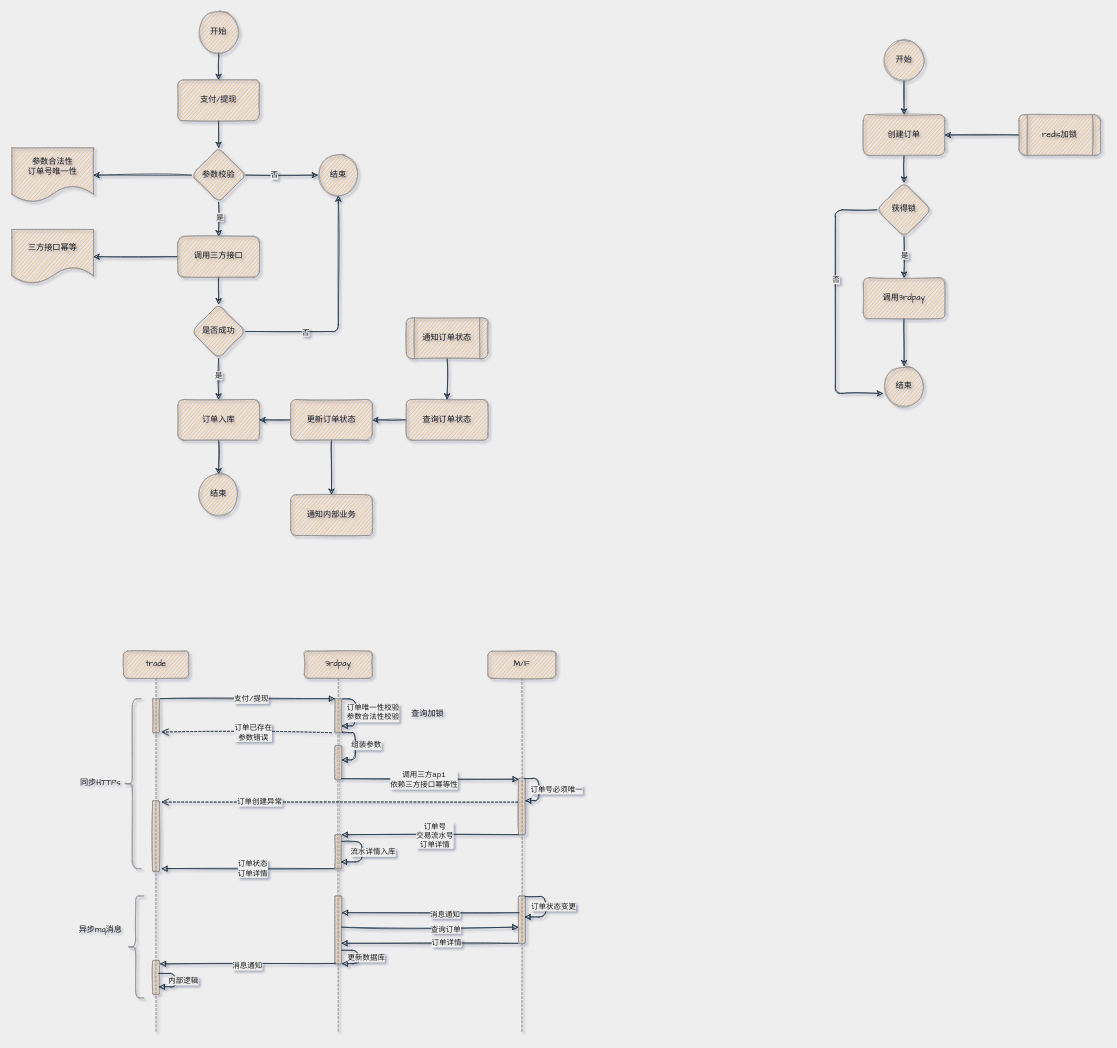
This is page "支付/提现接口幂等方案" (4 of 4) of 支付流程.drawio from jarcn/pic, a draw.io file, before an edit. Source tidied: cells renumbered, new cells numbered last; positions are measured from the earlier drawing's top-left corner, leaving out a move shared by most shapes. Both pictures are drawn from the tidied source at 68%, with x=0, y=0 at pixel (12, 12).
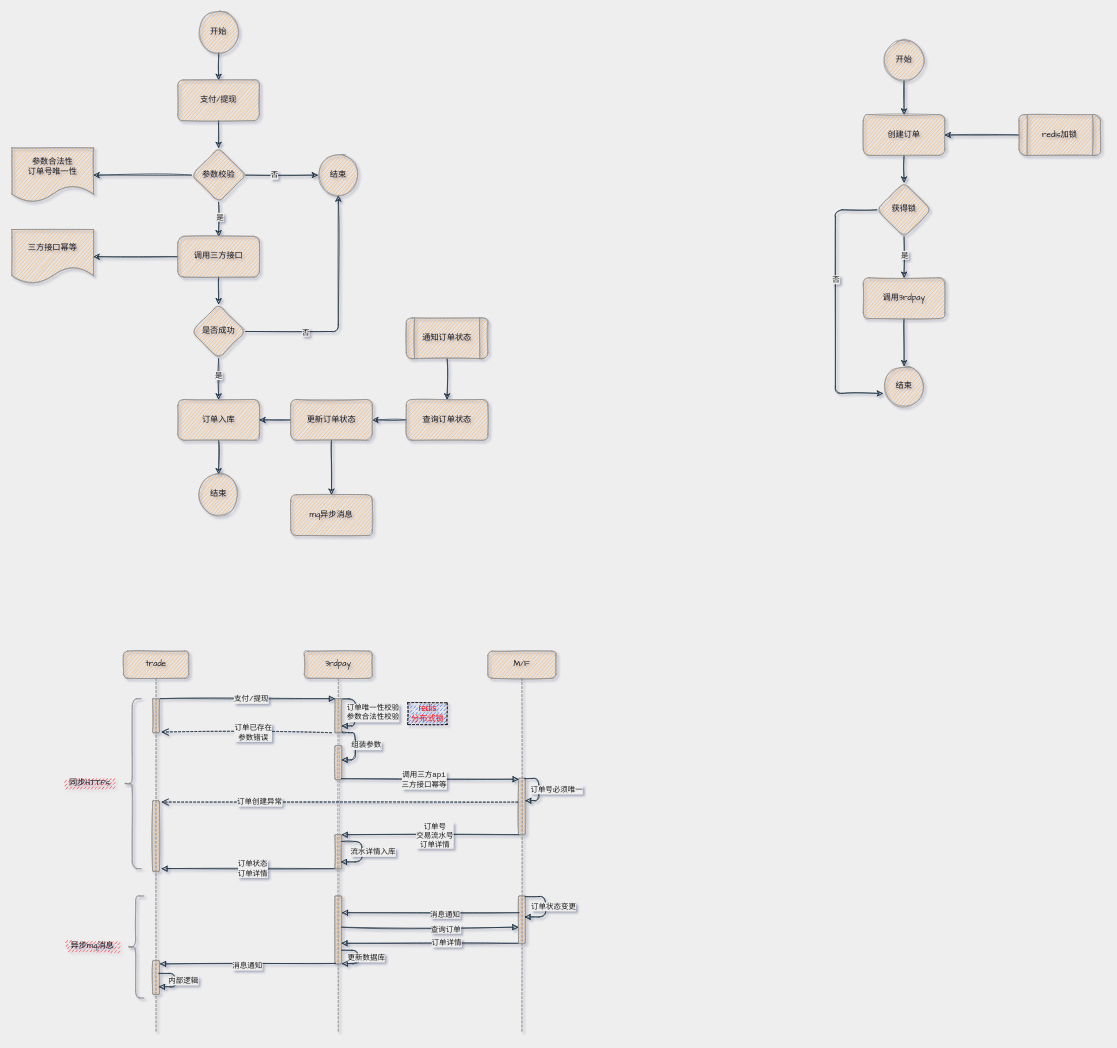
The same diagram, later.

Commit message:
更新支付流程.drawio

The change refers to these unchanged cells:
```xml
<mxCell id="77" style="html=1;verticalAlign=bottom;endArrow=block;strokeColor=#182E3E;exitX=0.963;exitY=0.974;exitDx=0;exitDy=0;exitPerimeter=0;entryX=0.016;entryY=0.017;entryDx=0;entryDy=0;entryPerimeter=0;fontFamily=Comic Sans MS;fontColor=#1A1A1A;sketch=1;rounded=1;labelBackgroundColor=#EEEEEE;" parent="1" edge="1" source="59" target="69">
  <mxGeometry x="0.04" y="-12" relative="1" as="geometry" />
</mxCell>
```

Change to the diagram source:
```diff
@@
-    <mxCell id="47" value="通知内部业务" style="whiteSpace=wrap;html=1;fontFamily=Comic Sans MS;fontColor=#1A1A1A;sketch=1;rounded=1;fillColor=#F5AB50;strokeColor=#909090;" parent="1" vertex="1">
+    <mxCell id="47" value="mq异步消息" style="whiteSpace=wrap;html=1;fontFamily=Comic Sans MS;fontColor=#1A1A1A;sketch=1;rounded=1;fillColor=#F5AB50;strokeColor=#909090;" parent="1" vertex="1">
       <mxGeometry x="410" y="710" width="120" height="60" as="geometry" />
     </mxCell>
@@
-    <mxCell id="78" value="&lt;div&gt;&lt;span style=&quot;&quot;&gt;调用三方api&lt;/span&gt;&lt;/div&gt;&lt;div&gt;&lt;span style=&quot;&quot;&gt;依赖三方接口幂等性&lt;br&gt;&lt;/span&gt;&lt;/div&gt;" style="edgeLabel;html=1;align=center;verticalAlign=middle;fontFamily=Courier New;fontColor=#1A1A1A;sketch=1;rounded=1;labelBackgroundColor=#EEEEEE;" parent="77" vertex="1">
+    <mxCell id="78" value="&lt;div&gt;&lt;span&gt;调用三方api&lt;/span&gt;&lt;/div&gt;&lt;div&gt;&lt;span&gt;三方接口幂等&lt;br&gt;&lt;/span&gt;&lt;/div&gt;" style="edgeLabel;html=1;align=center;verticalAlign=middle;fontFamily=Courier New;fontColor=#1A1A1A;sketch=1;rounded=1;labelBackgroundColor=#EEEEEE;" parent="77" vertex="1">
       <mxGeometry x="-0.07" y="-1" relative="1" as="geometry" />
     </mxCell>
@@
-    <mxCell id="91" value="同步HTTPs" style="text;html=1;align=center;verticalAlign=middle;strokeColor=none;fillColor=none;fontFamily=Comic Sans MS;fontColor=#1A1A1A;sketch=1;rounded=1;" parent="1" vertex="1">
-      <mxGeometry x="90" y="1125" width="80" height="20" as="geometry" />
+    <mxCell id="91" value="同步HTTPs" style="text;html=1;align=center;verticalAlign=middle;strokeColor=none;fillColor=#FF0000;fontFamily=Comic Sans MS;fontColor=#1A1A1A;sketch=1;rounded=0;gradientColor=none;fillStyle=dashed;" parent="1" vertex="1">
+      <mxGeometry x="74" y="1125" width="80" height="20" as="geometry" />
     </mxCell>
-    <mxCell id="92" value="异步mq消息" style="text;html=1;align=center;verticalAlign=middle;strokeColor=none;fillColor=none;fontFamily=Comic Sans MS;fontColor=#1A1A1A;sketch=1;rounded=1;" parent="1" vertex="1">
-      <mxGeometry x="90" y="1340" width="80" height="20" as="geometry" />
+    <mxCell id="92" value="异步mq消息" style="text;html=1;align=center;verticalAlign=middle;strokeColor=none;fillColor=#FF0000;fontFamily=Comic Sans MS;fontColor=#1A1A1A;sketch=1;rounded=0;gradientColor=none;fillStyle=dashed;" parent="1" vertex="1">
+      <mxGeometry x="78" y="1364" width="80" height="20" as="geometry" />
     </mxCell>
@@
-    <mxCell id="97" value="&lt;div&gt;查询加锁&lt;/div&gt;" style="text;html=1;align=center;verticalAlign=middle;strokeColor=none;fillColor=none;fontColor=#1A1A1A;sketch=1;" parent="1" vertex="1">
-      <mxGeometry x="582" y="1023" width="58" height="18" as="geometry" />
+    <mxCell id="97" value="redis&lt;br&gt;分布式锁" style="text;align=center;verticalAlign=middle;strokeColor=default;fillColor=#0050ef;fontColor=#FF0000;sketch=1;shadow=0;rounded=0;glass=0;labelBackgroundColor=none;labelBorderColor=none;html=1;dashed=1;fillStyle=dashed;" parent="1" vertex="1">
+      <mxGeometry x="582" y="1016" width="58" height="32" as="geometry" />
     </mxCell>
```
